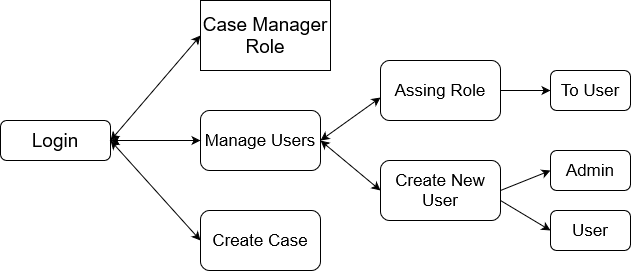
Above: Platform_roles_diagrams/AdminPlatformRole.drawio.png in prusovak2/SwProjectDiagrams (draw.io), before the change. Source tidied: cells renumbered, new cells last; positions are measured from the earlier drawing's top-left corner, leaving out a move shared by most shapes.
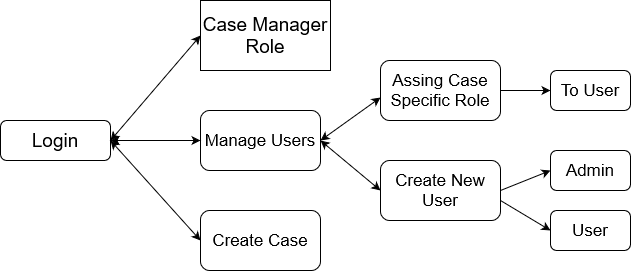
Above is the later version.

Diff of the diagram source:
```diff
@@ -20,7 +20,7 @@
     <mxCell id="7" style="edgeStyle=orthogonalEdgeStyle;rounded=0;jettySize=auto;html=1;exitX=1;exitY=0.5;exitDx=0;exitDy=0;entryX=0;entryY=0.5;entryDx=0;entryDy=0;fontSize=17;" parent="1" edge="1" source="8" target="11">
       <mxGeometry relative="1" as="geometry" />
     </mxCell>
-    <mxCell id="8" value="Assing Role" style="rounded=1;whiteSpace=wrap;html=1;fontSize=17;strokeWidth=1;" parent="1" vertex="1">
+    <mxCell id="8" value="Assing Case Specific Role" style="rounded=1;whiteSpace=wrap;html=1;fontSize=17;strokeWidth=1;" parent="1" vertex="1">
       <mxGeometry x="380" y="60" width="120" height="60" as="geometry" />
     </mxCell>
     <mxCell id="9" value="Create New User" style="rounded=1;whiteSpace=wrap;html=1;fontSize=17;strokeWidth=1;" parent="1" vertex="1">
```
